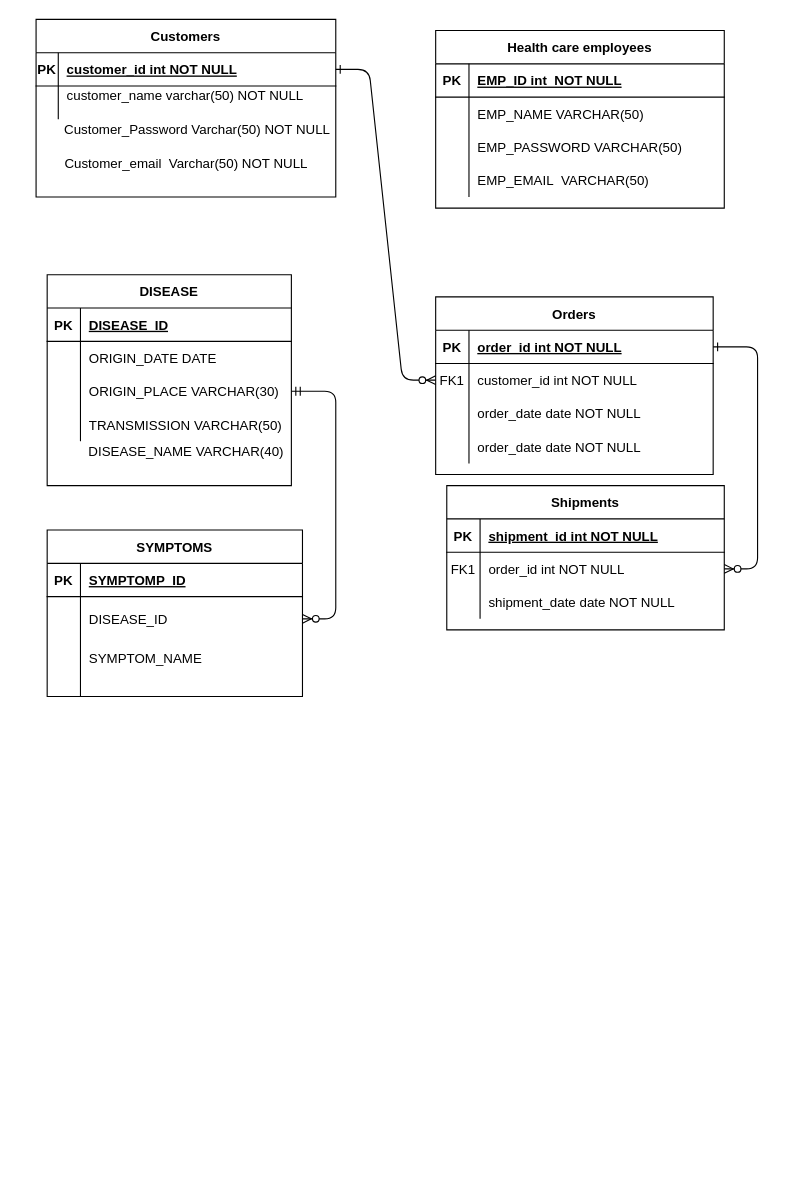
Above: Untitled Diagram.drawio in GurramkondaYaswanth/Health-care (draw.io), before the change. Source tidied: cells renumbered, new cells numbered last; positions are measured from the earlier drawing's top-left corner, leaving out a move shared by most shapes. Both pictures are drawn from the tidied source at 111%, with x=0, y=0 at pixel (19, 19).
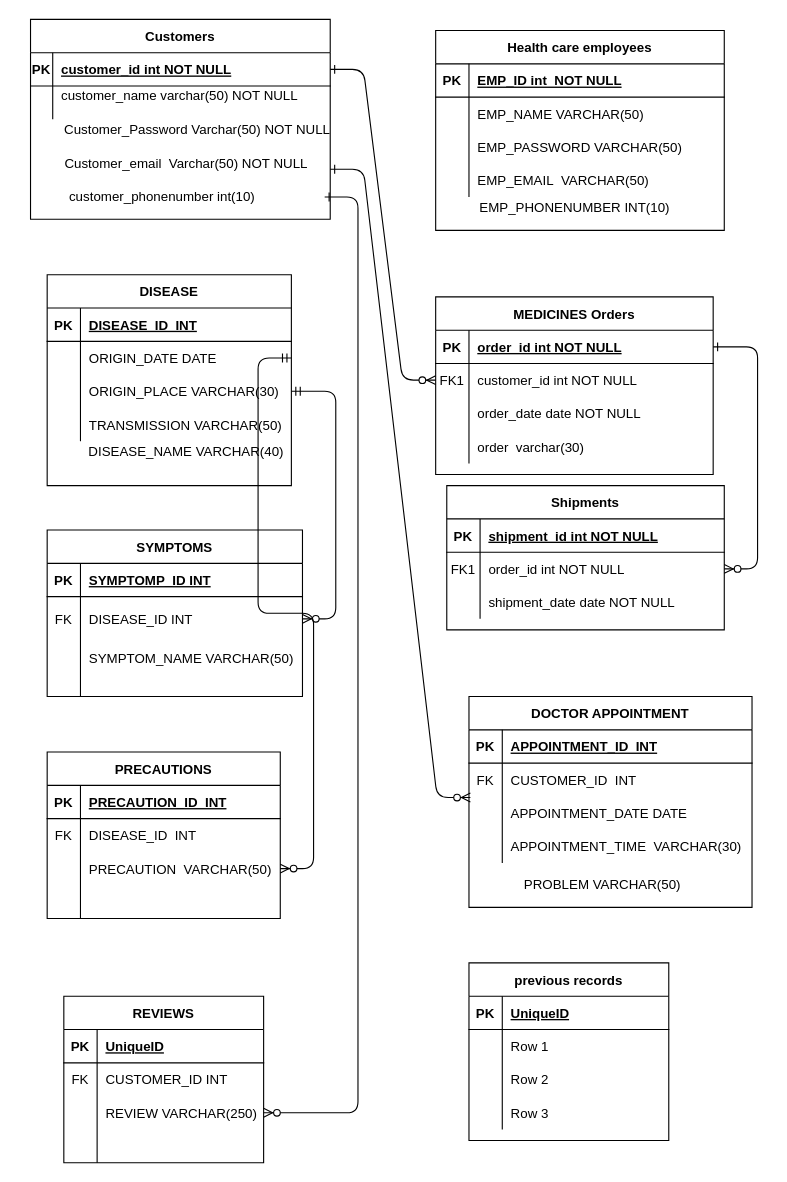
Above is the later version.

Unchanged cells that the change refers to:
```xml
<mxCell id="24" style="shape=partialRectangle;fillColor=none;top=0;left=0;right=0;bottom=0;" parent="14" vertex="1">
  <mxGeometry y="120" width="250" height="30" as="geometry" />
</mxCell>
<mxCell id="50" style="shape=partialRectangle;fillColor=none;top=0;left=0;bottom=1;right=0;" parent="49" vertex="1">
  <mxGeometry y="30" width="220" height="30" as="geometry" />
</mxCell>
<mxCell id="53" style="shape=partialRectangle;fillColor=none;top=0;left=0;bottom=0;right=0;points=[[0,0.5],[1,0.5]];portConstraint=eastwest;" parent="49" vertex="1">
  <mxGeometry y="60" width="220" height="30" as="geometry" />
</mxCell>
<mxCell id="63" style="shape=partialRectangle;fillColor=none;top=0;left=0;bottom=1;right=0;" parent="62" vertex="1">
  <mxGeometry y="30" width="230" height="30" as="geometry" />
</mxCell>
<mxCell id="66" style="shape=partialRectangle;fillColor=none;top=0;left=0;bottom=0;right=0;points=[[0,0.5],[1,0.5]];portConstraint=eastwest;" parent="62" vertex="1">
  <mxGeometry y="60" width="230" height="40" as="geometry" />
</mxCell>
<mxCell id="69" style="shape=partialRectangle;fillColor=none;top=0;left=0;bottom=0;right=0;" parent="62" vertex="1">
  <mxGeometry y="100" width="230" height="30" as="geometry" />
</mxCell>
```

What changed in the source:
```diff
@@
-    <mxCell id="14" value="Orders" style="shape=table;startSize=30;childLayout=tableLayout;rowLines=0;fontStyle=1;align=center;" parent="1" vertex="1">
+    <mxCell id="14" value="MEDICINES Orders" style="shape=table;startSize=30;childLayout=tableLayout;rowLines=0;fontStyle=1;align=center;" parent="1" vertex="1">
       <mxGeometry x="375" y="250" width="250" height="160" as="geometry" />
     </mxCell>
@@
-    <mxCell id="26" value="order_date date NOT NULL" style="shape=partialRectangle;overflow=hidden;fillColor=none;top=0;left=0;bottom=0;right=0;align=left;spacingLeft=6;" parent="24" vertex="1">
+    <mxCell id="26" value="order  varchar(30)" style="shape=partialRectangle;overflow=hidden;fillColor=none;top=0;left=0;bottom=0;right=0;align=left;spacingLeft=6;" parent="24" vertex="1">
       <mxGeometry x="30" width="220" height="30" as="geometry" />
     </mxCell>
     <mxCell id="27" value="Health care employees" style="shape=table;startSize=30;childLayout=tableLayout;rowLines=0;fontStyle=1;align=center;" parent="1" vertex="1">
-      <mxGeometry x="375" y="10" width="260" height="160" as="geometry" />
+      <mxGeometry x="375" y="10" width="260" height="180" as="geometry" />
     </mxCell>
@@
-    <mxCell id="40" value="Customers" style="shape=table;startSize=30;childLayout=tableLayout;rowLines=0;fontStyle=1;align=center;" parent="1" vertex="1">
-      <mxGeometry x="15" width="270" height="160" as="geometry" />
-    </mxCell>
-    <mxCell id="41" style="shape=partialRectangle;fillColor=none;points=[[0,0.5],[1,0.5]];portConstraint=eastwest;top=0;left=0;right=0;bottom=1;" parent="40" vertex="1">
-      <mxGeometry y="30" width="270" height="30" as="geometry" />
-    </mxCell>
-    <mxCell id="42" value="PK" style="shape=partialRectangle;overflow=hidden;fillColor=none;top=0;left=0;bottom=0;right=0;fontStyle=1;" parent="41" vertex="1">
-      <mxGeometry width="20" height="30" as="geometry" />
-    </mxCell>
-    <mxCell id="43" value="customer_id int NOT NULL " style="shape=partialRectangle;overflow=hidden;fillColor=none;top=0;left=0;bottom=0;right=0;align=left;spacingLeft=6;fontStyle=5;" parent="41" vertex="1">
-      <mxGeometry x="20" width="250" height="30" as="geometry" />
-    </mxCell>
-    <mxCell id="44" style="shape=partialRectangle;fillColor=none;top=0;left=0;right=0;bottom=0;" parent="40" vertex="1">
-      <mxGeometry y="60" width="270" height="30" as="geometry" />
-    </mxCell>
-    <mxCell id="45" style="shape=partialRectangle;overflow=hidden;fillColor=none;top=0;left=0;bottom=0;right=0;" parent="44" vertex="1">
-      <mxGeometry width="20" height="30" as="geometry" />
-    </mxCell>
-    <mxCell id="46" value="customer_name varchar(50) NOT NULL&#10;&#10;" style="shape=partialRectangle;overflow=hidden;fillColor=none;top=0;left=0;bottom=0;right=0;align=left;spacingLeft=6;" parent="44" vertex="1">
-      <mxGeometry x="20" width="250" height="30" as="geometry" />
-    </mxCell>
@@
-    <mxCell id="52" value="DISEASE_ID" style="shape=partialRectangle;fillColor=none;top=0;left=0;bottom=0;right=0;align=left;spacingLeft=6;fontStyle=5;overflow=hidden;" parent="50" vertex="1">
+    <mxCell id="52" value="DISEASE_ID  INT" style="shape=partialRectangle;fillColor=none;top=0;left=0;bottom=0;right=0;align=left;spacingLeft=6;fontStyle=5;overflow=hidden;" parent="50" vertex="1">
       <mxGeometry x="30" width="190" height="30" as="geometry" />
     </mxCell>
@@
-    <mxCell id="65" value="SYMPTOMP_ID" style="shape=partialRectangle;fillColor=none;top=0;left=0;bottom=0;right=0;align=left;spacingLeft=6;fontStyle=5;overflow=hidden;" parent="63" vertex="1">
+    <mxCell id="65" value="SYMPTOMP_ID INT" style="shape=partialRectangle;fillColor=none;top=0;left=0;bottom=0;right=0;align=left;spacingLeft=6;fontStyle=5;overflow=hidden;" parent="63" vertex="1">
       <mxGeometry x="30" width="200" height="30" as="geometry" />
     </mxCell>
@@
-    <mxCell id="67" style="shape=partialRectangle;fillColor=none;top=0;left=0;bottom=0;right=0;overflow=hidden;" parent="66" vertex="1">
+    <mxCell id="67" value="FK" style="shape=partialRectangle;fillColor=none;top=0;left=0;bottom=0;right=0;overflow=hidden;" parent="66" vertex="1">
       <mxGeometry width="30" height="40" as="geometry" />
     </mxCell>
-    <mxCell id="68" value="DISEASE_ID" style="shape=partialRectangle;fillColor=none;top=0;left=0;bottom=0;right=0;align=left;spacingLeft=6;overflow=hidden;" parent="66" vertex="1">
+    <mxCell id="68" value="DISEASE_ID INT" style="shape=partialRectangle;fillColor=none;top=0;left=0;bottom=0;right=0;align=left;spacingLeft=6;overflow=hidden;" parent="66" vertex="1">
       <mxGeometry x="30" width="200" height="40" as="geometry" />
     </mxCell>
@@
-    <mxCell id="71" value="SYMPTOM_NAME" style="shape=partialRectangle;fillColor=none;top=0;left=0;bottom=0;right=0;align=left;spacingLeft=6;overflow=hidden;" parent="69" vertex="1">
+    <mxCell id="71" value="SYMPTOM_NAME VARCHAR(50)" style="shape=partialRectangle;fillColor=none;top=0;left=0;bottom=0;right=0;align=left;spacingLeft=6;overflow=hidden;" parent="69" vertex="1">
       <mxGeometry x="30" width="200" height="30" as="geometry" />
     </mxCell>
@@
+    <mxCell id="77" style="edgeStyle=entityRelationEdgeStyle;fontSize=12;html=1;endArrow=ERzeroToMany;startArrow=ERmandOne;exitX=1;exitY=0.5;exitDx=0;exitDy=0;" parent="1" edge="1" source="53" target="86">
+      <mxGeometry relative="1" as="geometry" />
+    </mxCell>
+    <mxCell id="40" value="Customers" style="shape=table;startSize=30;childLayout=tableLayout;rowLines=0;fontStyle=1;align=center;" parent="1" vertex="1">
+      <mxGeometry x="10" width="270" height="180" as="geometry" />
+    </mxCell>
+    <mxCell id="41" style="shape=partialRectangle;fillColor=none;points=[[0,0.5],[1,0.5]];portConstraint=eastwest;top=0;left=0;right=0;bottom=1;" parent="40" vertex="1">
+      <mxGeometry y="30" width="270" height="30" as="geometry" />
+    </mxCell>
+    <mxCell id="42" value="PK" style="shape=partialRectangle;overflow=hidden;fillColor=none;top=0;left=0;bottom=0;right=0;fontStyle=1;" parent="41" vertex="1">
+      <mxGeometry width="20" height="30" as="geometry" />
+    </mxCell>
+    <mxCell id="43" value="customer_id int NOT NULL " style="shape=partialRectangle;overflow=hidden;fillColor=none;top=0;left=0;bottom=0;right=0;align=left;spacingLeft=6;fontStyle=5;" parent="41" vertex="1">
+      <mxGeometry x="20" width="250" height="30" as="geometry" />
+    </mxCell>
+    <mxCell id="44" style="shape=partialRectangle;fillColor=none;top=0;left=0;right=0;bottom=0;" parent="40" vertex="1">
+      <mxGeometry y="60" width="270" height="30" as="geometry" />
+    </mxCell>
+    <mxCell id="45" style="shape=partialRectangle;overflow=hidden;fillColor=none;top=0;left=0;bottom=0;right=0;" parent="44" vertex="1">
+      <mxGeometry width="20" height="30" as="geometry" />
+    </mxCell>
+    <mxCell id="46" value="customer_name varchar(50) NOT NULL&#10;&#10;" style="shape=partialRectangle;overflow=hidden;fillColor=none;top=0;left=0;bottom=0;right=0;align=left;spacingLeft=6;" parent="44" vertex="1">
+      <mxGeometry x="20" width="250" height="30" as="geometry" />
+    </mxCell>
+    <mxCell id="78" value="PROBLEM VARCHAR(50)" style="text;html=1;align=center;verticalAlign=middle;" parent="1" vertex="1">
+      <mxGeometry x="445" y="770" width="160" height="20" as="geometry" />
+    </mxCell>
+    <mxCell id="79" value="PRECAUTIONS" style="shape=table;startSize=30;childLayout=tableLayout;rowLines=0;fontStyle=1;align=center;" parent="1" vertex="1">
+      <mxGeometry x="25" y="660" width="210" height="150" as="geometry" />
+    </mxCell>
+    <mxCell id="80" style="shape=partialRectangle;fillColor=none;top=0;left=0;bottom=1;right=0;" parent="79" vertex="1">
+      <mxGeometry y="30" width="210" height="30" as="geometry" />
+    </mxCell>
+    <mxCell id="81" value="PK" style="shape=partialRectangle;fillColor=none;top=0;left=0;bottom=0;right=0;fontStyle=1;overflow=hidden;" parent="80" vertex="1">
+      <mxGeometry width="30" height="30" as="geometry" />
+    </mxCell>
+    <mxCell id="82" value="PRECAUTION_ID  INT" style="shape=partialRectangle;fillColor=none;top=0;left=0;bottom=0;right=0;align=left;spacingLeft=6;fontStyle=5;overflow=hidden;" parent="80" vertex="1">
+      <mxGeometry x="30" width="180" height="30" as="geometry" />
+    </mxCell>
+    <mxCell id="83" style="shape=partialRectangle;fillColor=none;top=0;left=0;bottom=0;right=0;" parent="79" vertex="1">
+      <mxGeometry y="60" width="210" height="30" as="geometry" />
+    </mxCell>
+    <mxCell id="84" value="FK" style="shape=partialRectangle;fillColor=none;top=0;left=0;bottom=0;right=0;overflow=hidden;" parent="83" vertex="1">
+      <mxGeometry width="30" height="30" as="geometry" />
+    </mxCell>
+    <mxCell id="85" value="DISEASE_ID  INT" style="shape=partialRectangle;fillColor=none;top=0;left=0;bottom=0;right=0;align=left;spacingLeft=6;overflow=hidden;" parent="83" vertex="1">
+      <mxGeometry x="30" width="180" height="30" as="geometry" />
+    </mxCell>
+    <mxCell id="86" style="shape=partialRectangle;fillColor=none;top=0;left=0;bottom=0;right=0;points=[[0,0.5],[1,0.5]];portConstraint=eastwest;" parent="79" vertex="1">
+      <mxGeometry y="90" width="210" height="30" as="geometry" />
+    </mxCell>
+    <mxCell id="87" style="shape=partialRectangle;fillColor=none;top=0;left=0;bottom=0;right=0;overflow=hidden;" parent="86" vertex="1">
+      <mxGeometry width="30" height="30" as="geometry" />
+    </mxCell>
+    <mxCell id="88" value="PRECAUTION  VARCHAR(50)" style="shape=partialRectangle;fillColor=none;top=0;left=0;bottom=0;right=0;align=left;spacingLeft=6;overflow=hidden;" parent="86" vertex="1">
+      <mxGeometry x="30" width="180" height="30" as="geometry" />
+    </mxCell>
+    <mxCell id="89" style="shape=partialRectangle;fillColor=none;top=0;left=0;bottom=0;right=0;" parent="79" vertex="1">
+      <mxGeometry y="120" width="210" height="30" as="geometry" />
+    </mxCell>
+    <mxCell id="90" style="shape=partialRectangle;fillColor=none;top=0;left=0;bottom=0;right=0;overflow=hidden;" parent="89" vertex="1">
+      <mxGeometry width="30" height="30" as="geometry" />
+    </mxCell>
+    <mxCell id="91" style="shape=partialRectangle;fillColor=none;top=0;left=0;bottom=0;right=0;align=left;spacingLeft=6;overflow=hidden;" parent="89" vertex="1">
+      <mxGeometry x="30" width="180" height="30" as="geometry" />
+    </mxCell>
+    <mxCell id="92" style="edgeStyle=entityRelationEdgeStyle;endArrow=ERzeroToMany;startArrow=ERone;endFill=1;startFill=0;exitX=1;exitY=0.75;exitDx=0;exitDy=0;entryX=0.005;entryY=1.033;entryDx=0;entryDy=0;entryPerimeter=0;" parent="1" edge="1" source="40" target="112">
+      <mxGeometry relative="1" as="geometry" />
+    </mxCell>
+    <mxCell id="93" value="customer_phonenumber int(10)&amp;nbsp;" style="text;html=1;align=center;verticalAlign=middle;" parent="1" vertex="1">
+      <mxGeometry x="35" y="150" width="190" height="20" as="geometry" />
+    </mxCell>
+    <mxCell id="94" value="EMP_PHONENUMBER INT(10)" style="text;html=1;align=center;verticalAlign=middle;" parent="1" vertex="1">
+      <mxGeometry x="405" y="160" width="190" height="20" as="geometry" />
+    </mxCell>
+    <mxCell id="95" value="REVIEWS" style="shape=table;startSize=30;childLayout=tableLayout;rowLines=0;fontStyle=1;align=center;" parent="1" vertex="1">
+      <mxGeometry x="40" y="880" width="180" height="150" as="geometry" />
+    </mxCell>
+    <mxCell id="96" style="shape=partialRectangle;fillColor=none;top=0;left=0;bottom=1;right=0;" parent="95" vertex="1">
+      <mxGeometry y="30" width="180" height="30" as="geometry" />
+    </mxCell>
+    <mxCell id="97" value="PK" style="shape=partialRectangle;fillColor=none;top=0;left=0;bottom=0;right=0;fontStyle=1;overflow=hidden;" parent="96" vertex="1">
+      <mxGeometry width="30" height="30" as="geometry" />
+    </mxCell>
+    <mxCell id="98" value="UniqueID" style="shape=partialRectangle;fillColor=none;top=0;left=0;bottom=0;right=0;align=left;spacingLeft=6;fontStyle=5;overflow=hidden;" parent="96" vertex="1">
+      <mxGeometry x="30" width="150" height="30" as="geometry" />
+    </mxCell>
+    <mxCell id="99" style="shape=partialRectangle;fillColor=none;top=0;left=0;bottom=0;right=0;" parent="95" vertex="1">
+      <mxGeometry y="60" width="180" height="30" as="geometry" />
+    </mxCell>
+    <mxCell id="100" value="FK" style="shape=partialRectangle;fillColor=none;top=0;left=0;bottom=0;right=0;overflow=hidden;" parent="99" vertex="1">
+      <mxGeometry width="30" height="30" as="geometry" />
+    </mxCell>
+    <mxCell id="101" value="CUSTOMER_ID INT" style="shape=partialRectangle;fillColor=none;top=0;left=0;bottom=0;right=0;align=left;spacingLeft=6;overflow=hidden;" parent="99" vertex="1">
+      <mxGeometry x="30" width="150" height="30" as="geometry" />
+    </mxCell>
+    <mxCell id="102" style="shape=partialRectangle;fillColor=none;top=0;left=0;bottom=0;right=0;points=[[0,0.5],[1,0.5]];portConstraint=eastwest;" parent="95" vertex="1">
+      <mxGeometry y="90" width="180" height="30" as="geometry" />
+    </mxCell>
+    <mxCell id="103" style="shape=partialRectangle;fillColor=none;top=0;left=0;bottom=0;right=0;overflow=hidden;" parent="102" vertex="1">
+      <mxGeometry width="30" height="30" as="geometry" />
+    </mxCell>
+    <mxCell id="104" value="REVIEW VARCHAR(250)" style="shape=partialRectangle;fillColor=none;top=0;left=0;bottom=0;right=0;align=left;spacingLeft=6;overflow=hidden;" parent="102" vertex="1">
+      <mxGeometry x="30" width="150" height="30" as="geometry" />
+    </mxCell>
+    <mxCell id="105" style="shape=partialRectangle;fillColor=none;top=0;left=0;bottom=0;right=0;" parent="95" vertex="1">
+      <mxGeometry y="120" width="180" height="30" as="geometry" />
+    </mxCell>
+    <mxCell id="106" style="shape=partialRectangle;fillColor=none;top=0;left=0;bottom=0;right=0;overflow=hidden;" parent="105" vertex="1">
+      <mxGeometry width="30" height="30" as="geometry" />
+    </mxCell>
+    <mxCell id="107" style="shape=partialRectangle;fillColor=none;top=0;left=0;bottom=0;right=0;align=left;spacingLeft=6;overflow=hidden;" parent="105" vertex="1">
+      <mxGeometry x="30" width="150" height="30" as="geometry" />
+    </mxCell>
+    <mxCell id="108" value="DOCTOR APPOINTMENT" style="shape=table;startSize=30;childLayout=tableLayout;rowLines=0;fontStyle=1;align=center;" parent="1" vertex="1">
+      <mxGeometry x="405" y="610" width="255" height="190" as="geometry" />
+    </mxCell>
+    <mxCell id="109" style="shape=partialRectangle;fillColor=none;top=0;left=0;bottom=1;right=0;" parent="108" vertex="1">
+      <mxGeometry y="30" width="255" height="30" as="geometry" />
+    </mxCell>
+    <mxCell id="110" value="PK" style="shape=partialRectangle;fillColor=none;top=0;left=0;bottom=0;right=0;fontStyle=1;overflow=hidden;" parent="109" vertex="1">
+      <mxGeometry width="30" height="30" as="geometry" />
+    </mxCell>
+    <mxCell id="111" value="APPOINTMENT_ID  INT" style="shape=partialRectangle;fillColor=none;top=0;left=0;bottom=0;right=0;align=left;spacingLeft=6;fontStyle=5;overflow=hidden;" parent="109" vertex="1">
+      <mxGeometry x="30" width="225" height="30" as="geometry" />
+    </mxCell>
+    <mxCell id="112" style="shape=partialRectangle;fillColor=none;top=0;left=0;bottom=0;right=0;points=[[0,0.5],[1,0.5]];portConstraint=eastwest;" parent="108" vertex="1">
+      <mxGeometry y="60" width="255" height="30" as="geometry" />
+    </mxCell>
+    <mxCell id="113" value="FK" style="shape=partialRectangle;fillColor=none;top=0;left=0;bottom=0;right=0;overflow=hidden;" parent="112" vertex="1">
+      <mxGeometry width="30" height="30" as="geometry" />
+    </mxCell>
+    <mxCell id="114" value="CUSTOMER_ID  INT" style="shape=partialRectangle;fillColor=none;top=0;left=0;bottom=0;right=0;align=left;spacingLeft=6;overflow=hidden;" parent="112" vertex="1">
+      <mxGeometry x="30" width="225" height="30" as="geometry" />
+    </mxCell>
+    <mxCell id="115" style="shape=partialRectangle;fillColor=none;top=0;left=0;bottom=0;right=0;" parent="108" vertex="1">
+      <mxGeometry y="90" width="255" height="30" as="geometry" />
+    </mxCell>
+    <mxCell id="116" style="shape=partialRectangle;fillColor=none;top=0;left=0;bottom=0;right=0;overflow=hidden;" parent="115" vertex="1">
+      <mxGeometry width="30" height="30" as="geometry" />
+    </mxCell>
+    <mxCell id="117" value="APPOINTMENT_DATE DATE" style="shape=partialRectangle;fillColor=none;top=0;left=0;bottom=0;right=0;align=left;spacingLeft=6;overflow=hidden;" parent="115" vertex="1">
+      <mxGeometry x="30" width="225" height="30" as="geometry" />
+    </mxCell>
+    <mxCell id="118" style="shape=partialRectangle;fillColor=none;top=0;left=0;bottom=0;right=0;" parent="108" vertex="1">
+      <mxGeometry y="120" width="255" height="30" as="geometry" />
+    </mxCell>
+    <mxCell id="119" style="shape=partialRectangle;fillColor=none;top=0;left=0;bottom=0;right=0;overflow=hidden;" parent="118" vertex="1">
+      <mxGeometry width="30" height="30" as="geometry" />
+    </mxCell>
+    <mxCell id="120" value="APPOINTMENT_TIME  VARCHAR(30)" style="shape=partialRectangle;fillColor=none;top=0;left=0;bottom=0;right=0;align=left;spacingLeft=6;overflow=hidden;" parent="118" vertex="1">
+      <mxGeometry x="30" width="225" height="30" as="geometry" />
+    </mxCell>
+    <mxCell id="121" style="edgeStyle=entityRelationEdgeStyle;endArrow=ERzeroToMany;startArrow=ERone;endFill=1;startFill=0;" parent="1" edge="1" target="102">
+      <mxGeometry relative="1" as="geometry">
+        <mxPoint x="275" y="160" as="sourcePoint" />
+      </mxGeometry>
+    </mxCell>
+    <mxCell id="122" value="previous records" style="shape=table;startSize=30;childLayout=tableLayout;rowLines=0;fontStyle=1;align=center;" parent="1" vertex="1">
+      <mxGeometry x="405" y="850" width="180" height="160" as="geometry" />
+    </mxCell>
+    <mxCell id="123" style="shape=partialRectangle;fillColor=none;top=0;left=0;bottom=1;right=0;" parent="122" vertex="1">
+      <mxGeometry y="30" width="180" height="30" as="geometry" />
+    </mxCell>
+    <mxCell id="124" value="PK" style="shape=partialRectangle;fillColor=none;top=0;left=0;bottom=0;right=0;fontStyle=1;overflow=hidden;" parent="123" vertex="1">
+      <mxGeometry width="30" height="30" as="geometry" />
+    </mxCell>
+    <mxCell id="125" value="UniqueID" style="shape=partialRectangle;fillColor=none;top=0;left=0;bottom=0;right=0;align=left;spacingLeft=6;fontStyle=5;overflow=hidden;" parent="123" vertex="1">
+      <mxGeometry x="30" width="150" height="30" as="geometry" />
+    </mxCell>
+    <mxCell id="126" style="shape=partialRectangle;fillColor=none;top=0;left=0;bottom=0;right=0;" parent="122" vertex="1">
+      <mxGeometry y="60" width="180" height="30" as="geometry" />
+    </mxCell>
+    <mxCell id="127" style="shape=partialRectangle;fillColor=none;top=0;left=0;bottom=0;right=0;overflow=hidden;" parent="126" vertex="1">
+      <mxGeometry width="30" height="30" as="geometry" />
+    </mxCell>
+    <mxCell id="128" value="Row 1" style="shape=partialRectangle;fillColor=none;top=0;left=0;bottom=0;right=0;align=left;spacingLeft=6;overflow=hidden;" parent="126" vertex="1">
+      <mxGeometry x="30" width="150" height="30" as="geometry" />
+    </mxCell>
+    <mxCell id="129" style="shape=partialRectangle;fillColor=none;top=0;left=0;bottom=0;right=0;" parent="122" vertex="1">
+      <mxGeometry y="90" width="180" height="30" as="geometry" />
+    </mxCell>
+    <mxCell id="130" style="shape=partialRectangle;fillColor=none;top=0;left=0;bottom=0;right=0;overflow=hidden;" parent="129" vertex="1">
+      <mxGeometry width="30" height="30" as="geometry" />
+    </mxCell>
+    <mxCell id="131" value="Row 2" style="shape=partialRectangle;fillColor=none;top=0;left=0;bottom=0;right=0;align=left;spacingLeft=6;overflow=hidden;" parent="129" vertex="1">
+      <mxGeometry x="30" width="150" height="30" as="geometry" />
+    </mxCell>
+    <mxCell id="132" style="shape=partialRectangle;fillColor=none;top=0;left=0;bottom=0;right=0;" parent="122" vertex="1">
+      <mxGeometry y="120" width="180" height="30" as="geometry" />
+    </mxCell>
+    <mxCell id="133" style="shape=partialRectangle;fillColor=none;top=0;left=0;bottom=0;right=0;overflow=hidden;" parent="132" vertex="1">
+      <mxGeometry width="30" height="30" as="geometry" />
+    </mxCell>
+    <mxCell id="134" value="Row 3" style="shape=partialRectangle;fillColor=none;top=0;left=0;bottom=0;right=0;align=left;spacingLeft=6;overflow=hidden;" parent="132" vertex="1">
+      <mxGeometry x="30" width="150" height="30" as="geometry" />
+    </mxCell>
```
